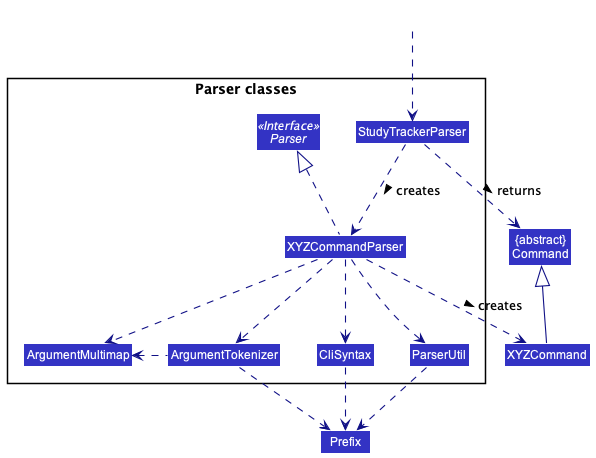
ruoyann/tp keeps this PlantUML diagram as docs/images/ParserClasses.png. Above is the earlier version.
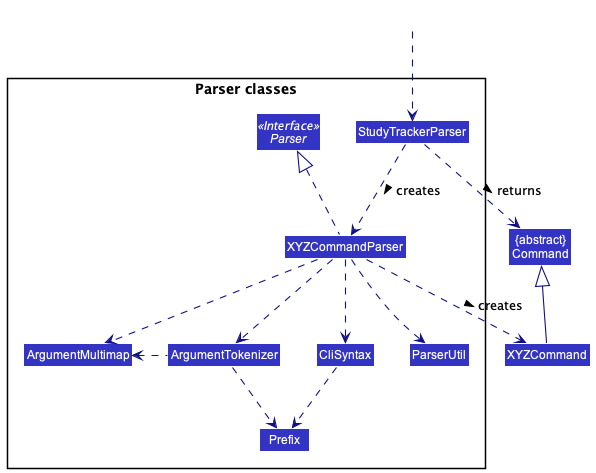
After the change.

Commit message:
Change parser class puml and png

The edit, as a diff of the source:
```diff
@@ -15,6 +15,7 @@
 Class ParserUtil
 Class ArgumentMultimap
 Class ArgumentTokenizer
+Class Prefix
 }
 
 Class HiddenOutside #FFFFFF
@@ -31,7 +32,6 @@
 XYZCommandParser ..> CliSyntax
 CliSyntax ..> Prefix
 XYZCommandParser ..> ParserUtil
-ParserUtil .down.> Prefix
 ArgumentTokenizer .down.> Prefix
 XYZCommand -up-|> Command
 @enduml
```
